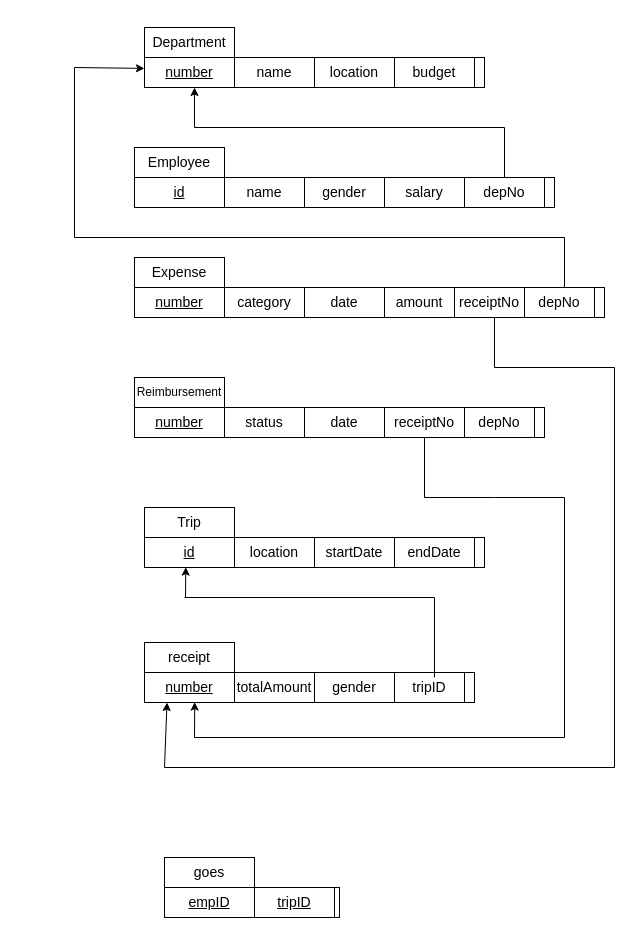
kaanygl/database keeps this draw.io diagram as Başlıksız Diyagram2.drawio. Above is the earlier version. Source tidied: cells renumbered, new cells numbered last; positions are measured from the earlier drawing's top-left corner, leaving out a move shared by most shapes. Both pictures are drawn from the tidied source at 100%, with x=0, y=0 at pixel (74, 27).
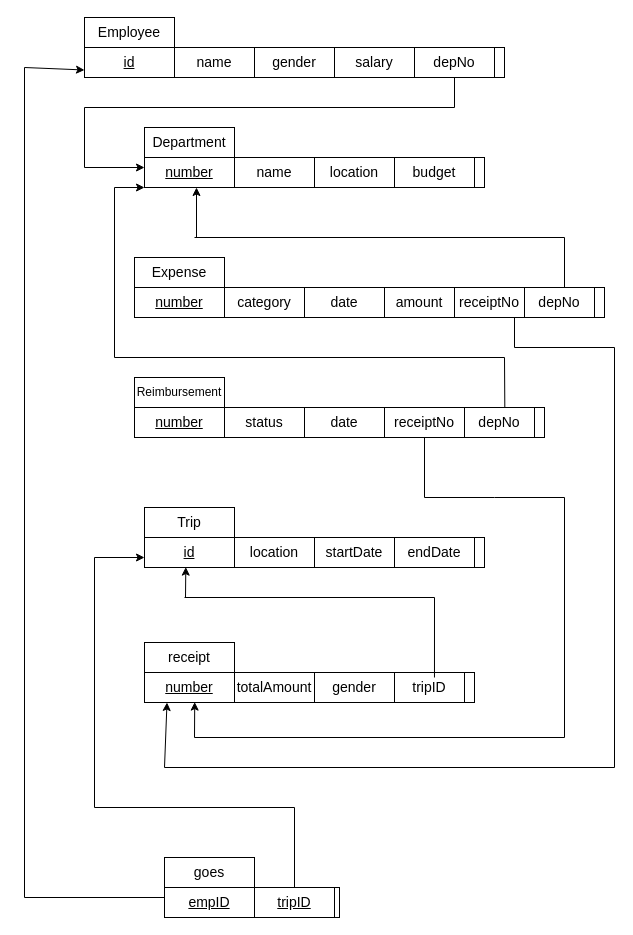
The same diagram, later.

The change refers to these unchanged cells:
```xml
<mxCell id="26" value="&lt;font style=&quot;font-size: 12px;&quot;&gt;Reimbursement&lt;/font&gt;" style="rounded=0;whiteSpace=wrap;html=1;" parent="1" vertex="1">
  <mxGeometry x="60" y="350" width="90" height="30" as="geometry" />
</mxCell>
<mxCell id="28" value="&lt;font size=&quot;1&quot; style=&quot;&quot;&gt;&lt;u style=&quot;font-size: 14px;&quot;&gt;number&lt;/u&gt;&lt;/font&gt;" style="rounded=0;whiteSpace=wrap;html=1;" parent="1" vertex="1">
  <mxGeometry x="60" y="380" width="90" height="30" as="geometry" />
</mxCell>
<mxCell id="41" value="&lt;font style=&quot;font-size: 14px;&quot;&gt;depNo&lt;/font&gt;" style="rounded=0;whiteSpace=wrap;html=1;" parent="1" vertex="1">
  <mxGeometry x="390" y="380" width="70" height="30" as="geometry" />
</mxCell>
<mxCell id="46" value="&lt;font style=&quot;font-size: 14px;&quot;&gt;&lt;u&gt;tripID&lt;/u&gt;&lt;/font&gt;" style="rounded=0;whiteSpace=wrap;html=1;" parent="1" vertex="1">
  <mxGeometry x="180" y="860" width="80" height="30" as="geometry" />
</mxCell>
```

What changed in the source:
```diff
@@
     <mxCell id="2" value="&lt;font style=&quot;font-size: 14px;&quot;&gt;Employee&lt;/font&gt;" style="rounded=0;whiteSpace=wrap;html=1;" parent="1" vertex="1">
-      <mxGeometry x="60" y="120" width="90" height="30" as="geometry" />
+      <mxGeometry x="10" y="-10" width="90" height="30" as="geometry" />
     </mxCell>
     <mxCell id="3" style="rounded=0;whiteSpace=wrap;html=1;" parent="1" vertex="1">
-      <mxGeometry x="60" y="150" width="420" height="30" as="geometry" />
+      <mxGeometry x="10" y="20" width="420" height="30" as="geometry" />
     </mxCell>
     <mxCell id="4" value="&lt;font size=&quot;1&quot; style=&quot;&quot;&gt;&lt;u style=&quot;font-size: 14px;&quot;&gt;id&lt;/u&gt;&lt;/font&gt;" style="rounded=0;whiteSpace=wrap;html=1;" parent="1" vertex="1">
-      <mxGeometry x="60" y="150" width="90" height="30" as="geometry" />
+      <mxGeometry x="10" y="20" width="90" height="30" as="geometry" />
     </mxCell>
     <mxCell id="5" value="&lt;font style=&quot;font-size: 14px;&quot;&gt;name&lt;/font&gt;" style="rounded=0;whiteSpace=wrap;html=1;" parent="1" vertex="1">
-      <mxGeometry x="150" y="150" width="80" height="30" as="geometry" />
+      <mxGeometry x="100" y="20" width="80" height="30" as="geometry" />
     </mxCell>
     <mxCell id="6" value="&lt;font style=&quot;font-size: 14px;&quot;&gt;gender&lt;/font&gt;" style="rounded=0;whiteSpace=wrap;html=1;" parent="1" vertex="1">
-      <mxGeometry x="230" y="150" width="80" height="30" as="geometry" />
+      <mxGeometry x="180" y="20" width="80" height="30" as="geometry" />
     </mxCell>
     <mxCell id="7" value="&lt;font style=&quot;font-size: 14px;&quot;&gt;salary&lt;/font&gt;" style="rounded=0;whiteSpace=wrap;html=1;" parent="1" vertex="1">
-      <mxGeometry x="310" y="150" width="80" height="30" as="geometry" />
+      <mxGeometry x="260" y="20" width="80" height="30" as="geometry" />
     </mxCell>
     <mxCell id="8" value="&lt;font style=&quot;font-size: 14px;&quot;&gt;Department&lt;/font&gt;" style="rounded=0;whiteSpace=wrap;html=1;" parent="1" vertex="1">
-      <mxGeometry x="70" width="90" height="30" as="geometry" />
+      <mxGeometry x="70" y="100" width="90" height="30" as="geometry" />
     </mxCell>
     <mxCell id="9" style="rounded=0;whiteSpace=wrap;html=1;" parent="1" vertex="1">
-      <mxGeometry x="70" y="30" width="340" height="30" as="geometry" />
+      <mxGeometry x="70" y="130" width="340" height="30" as="geometry" />
     </mxCell>
     <mxCell id="10" value="&lt;font size=&quot;1&quot; style=&quot;&quot;&gt;&lt;u style=&quot;font-size: 14px;&quot;&gt;number&lt;/u&gt;&lt;/font&gt;" style="rounded=0;whiteSpace=wrap;html=1;" parent="1" vertex="1">
-      <mxGeometry x="70" y="30" width="90" height="30" as="geometry" />
+      <mxGeometry x="70" y="130" width="90" height="30" as="geometry" />
     </mxCell>
     <mxCell id="11" value="&lt;font style=&quot;font-size: 14px;&quot;&gt;name&lt;/font&gt;" style="rounded=0;whiteSpace=wrap;html=1;" parent="1" vertex="1">
-      <mxGeometry x="160" y="30" width="80" height="30" as="geometry" />
+      <mxGeometry x="160" y="130" width="80" height="30" as="geometry" />
     </mxCell>
     <mxCell id="12" value="&lt;font style=&quot;font-size: 14px;&quot;&gt;location&lt;/font&gt;" style="rounded=0;whiteSpace=wrap;html=1;" parent="1" vertex="1">
-      <mxGeometry x="240" y="30" width="80" height="30" as="geometry" />
+      <mxGeometry x="240" y="130" width="80" height="30" as="geometry" />
     </mxCell>
     <mxCell id="13" value="&lt;font style=&quot;font-size: 14px;&quot;&gt;budget&lt;/font&gt;" style="rounded=0;whiteSpace=wrap;html=1;" parent="1" vertex="1">
-      <mxGeometry x="320" y="30" width="80" height="30" as="geometry" />
+      <mxGeometry x="320" y="130" width="80" height="30" as="geometry" />
     </mxCell>
@@
+    <mxCell id="68" style="edgeStyle=orthogonalEdgeStyle;rounded=0;jettySize=auto;html=1;entryX=1;entryY=0.5;entryDx=0;entryDy=0;" parent="1" edge="1" source="26" target="28">
+      <mxGeometry relative="1" as="geometry" />
+    </mxCell>
@@
     <mxCell id="39" value="&lt;font style=&quot;font-size: 14px;&quot;&gt;depNo&lt;/font&gt;" style="rounded=0;whiteSpace=wrap;html=1;" parent="1" vertex="1">
-      <mxGeometry x="390" y="150" width="80" height="30" as="geometry" />
+      <mxGeometry x="340" y="20" width="80" height="30" as="geometry" />
     </mxCell>
@@
-    <mxCell id="47" style="endArrow=none;html=1;rounded=0;entryX=0.5;entryY=0;entryDx=0;entryDy=0;" parent="1" edge="1" target="39">
-      <mxGeometry relative="1" as="geometry">
-        <mxPoint x="430" y="100" as="sourcePoint" />
-      </mxGeometry>
-    </mxCell>
-    <mxCell id="48" style="endArrow=none;html=1;rounded=0;" parent="1" edge="1">
-      <mxGeometry relative="1" as="geometry">
-        <mxPoint x="120" y="100" as="sourcePoint" />
-        <mxPoint x="430" y="100" as="targetPoint" />
-      </mxGeometry>
-    </mxCell>
-    <mxCell id="49" style="endArrow=classic;html=1;rounded=0;" parent="1" edge="1">
-      <mxGeometry relative="1" as="geometry">
-        <mxPoint x="120" y="100" as="sourcePoint" />
-        <mxPoint x="120" y="60" as="targetPoint" />
-      </mxGeometry>
-    </mxCell>
@@
     <mxCell id="51" style="endArrow=none;html=1;rounded=0;" parent="1" edge="1">
       <mxGeometry relative="1" as="geometry">
-        <mxPoint y="210" as="sourcePoint" />
+        <mxPoint x="120" y="210" as="sourcePoint" />
         <mxPoint x="490" y="210" as="targetPoint" />
       </mxGeometry>
     </mxCell>
-    <mxCell id="52" style="endArrow=none;html=1;rounded=0;" parent="1" edge="1">
-      <mxGeometry relative="1" as="geometry">
-        <mxPoint y="210" as="sourcePoint" />
-        <mxPoint y="40" as="targetPoint" />
-      </mxGeometry>
-    </mxCell>
-    <mxCell id="53" style="endArrow=classic;html=1;rounded=0;entryX=-0.001;entryY=0.364;entryDx=0;entryDy=0;entryPerimeter=0;" parent="1" edge="1" target="10">
-      <mxGeometry relative="1" as="geometry">
-        <mxPoint y="40" as="sourcePoint" />
-      </mxGeometry>
-    </mxCell>
@@
     <mxCell id="63" style="endArrow=none;html=1;rounded=0;" parent="1" edge="1">
       <mxGeometry relative="1" as="geometry">
-        <mxPoint x="420" y="340" as="sourcePoint" />
-        <mxPoint x="420" y="290" as="targetPoint" />
+        <mxPoint x="440" y="320" as="sourcePoint" />
+        <mxPoint x="440" y="290" as="targetPoint" />
       </mxGeometry>
     </mxCell>
     <mxCell id="64" style="endArrow=none;html=1;rounded=0;" parent="1" edge="1">
       <mxGeometry relative="1" as="geometry">
-        <mxPoint x="540" y="340" as="sourcePoint" />
-        <mxPoint x="420" y="340" as="targetPoint" />
+        <mxPoint x="540" y="320" as="sourcePoint" />
+        <mxPoint x="440" y="320" as="targetPoint" />
       </mxGeometry>
     </mxCell>
     <mxCell id="65" style="endArrow=none;html=1;rounded=0;" parent="1" edge="1">
       <mxGeometry relative="1" as="geometry">
         <mxPoint x="540" y="740" as="sourcePoint" />
-        <mxPoint x="540" y="340" as="targetPoint" />
+        <mxPoint x="540" y="320" as="targetPoint" />
       </mxGeometry>
     </mxCell>
@@
+    <mxCell id="69" style="endArrow=none;html=1;rounded=0;entryX=0.5;entryY=1;entryDx=0;entryDy=0;" parent="1" edge="1" target="39">
+      <mxGeometry relative="1" as="geometry">
+        <mxPoint x="380" y="80" as="sourcePoint" />
+      </mxGeometry>
+    </mxCell>
+    <mxCell id="70" style="endArrow=none;html=1;rounded=0;" parent="1" edge="1">
+      <mxGeometry relative="1" as="geometry">
+        <mxPoint x="10" y="80" as="sourcePoint" />
+        <mxPoint x="380" y="80" as="targetPoint" />
+      </mxGeometry>
+    </mxCell>
+    <mxCell id="71" style="endArrow=none;html=1;rounded=0;" parent="1" edge="1">
+      <mxGeometry relative="1" as="geometry">
+        <mxPoint x="10" y="140" as="sourcePoint" />
+        <mxPoint x="10" y="80" as="targetPoint" />
+      </mxGeometry>
+    </mxCell>
+    <mxCell id="72" style="endArrow=classic;html=1;rounded=0;" parent="1" edge="1">
+      <mxGeometry relative="1" as="geometry">
+        <mxPoint x="10" y="140" as="sourcePoint" />
+        <mxPoint x="70" y="140" as="targetPoint" />
+      </mxGeometry>
+    </mxCell>
+    <mxCell id="73" style="endArrow=classic;html=1;rounded=0;" parent="1" edge="1">
+      <mxGeometry relative="1" as="geometry">
+        <mxPoint x="122" y="210" as="sourcePoint" />
+        <mxPoint x="122" y="160" as="targetPoint" />
+      </mxGeometry>
+    </mxCell>
+    <mxCell id="74" style="endArrow=none;html=1;rounded=0;exitX=0.576;exitY=-0.011;exitDx=0;exitDy=0;exitPerimeter=0;" parent="1" edge="1" source="41">
+      <mxGeometry relative="1" as="geometry">
+        <mxPoint x="430" y="330" as="targetPoint" />
+      </mxGeometry>
+    </mxCell>
+    <mxCell id="75" style="endArrow=none;html=1;rounded=0;" parent="1" edge="1">
+      <mxGeometry relative="1" as="geometry">
+        <mxPoint x="40" y="330" as="sourcePoint" />
+        <mxPoint x="430" y="330" as="targetPoint" />
+      </mxGeometry>
+    </mxCell>
+    <mxCell id="76" style="endArrow=none;html=1;rounded=0;" parent="1" edge="1">
+      <mxGeometry relative="1" as="geometry">
+        <mxPoint x="40" y="160" as="sourcePoint" />
+        <mxPoint x="40" y="330" as="targetPoint" />
+      </mxGeometry>
+    </mxCell>
+    <mxCell id="77" style="endArrow=classic;html=1;rounded=0;entryX=0;entryY=1;entryDx=0;entryDy=0;" parent="1" edge="1" target="10">
+      <mxGeometry relative="1" as="geometry">
+        <mxPoint x="40" y="160" as="sourcePoint" />
+      </mxGeometry>
+    </mxCell>
+    <mxCell id="78" style="endArrow=none;html=1;rounded=0;exitX=0.5;exitY=0;exitDx=0;exitDy=0;" parent="1" edge="1" source="46">
+      <mxGeometry relative="1" as="geometry">
+        <mxPoint x="220" y="780" as="targetPoint" />
+      </mxGeometry>
+    </mxCell>
+    <mxCell id="79" style="endArrow=none;html=1;rounded=0;" parent="1" edge="1">
+      <mxGeometry relative="1" as="geometry">
+        <mxPoint x="220" y="780" as="sourcePoint" />
+        <mxPoint x="20" y="780" as="targetPoint" />
+      </mxGeometry>
+    </mxCell>
+    <mxCell id="80" style="endArrow=none;html=1;rounded=0;" parent="1" edge="1">
+      <mxGeometry relative="1" as="geometry">
+        <mxPoint x="20" y="780" as="sourcePoint" />
+        <mxPoint x="20" y="530" as="targetPoint" />
+      </mxGeometry>
+    </mxCell>
+    <mxCell id="81" style="endArrow=classic;html=1;rounded=0;" parent="1" edge="1">
+      <mxGeometry relative="1" as="geometry">
+        <mxPoint x="20" y="530" as="sourcePoint" />
+        <mxPoint x="70" y="530" as="targetPoint" />
+      </mxGeometry>
+    </mxCell>
+    <mxCell id="82" style="endArrow=none;html=1;rounded=0;" parent="1" edge="1">
+      <mxGeometry relative="1" as="geometry">
+        <mxPoint x="90" y="870" as="sourcePoint" />
+        <mxPoint x="-50" y="870" as="targetPoint" />
+      </mxGeometry>
+    </mxCell>
+    <mxCell id="83" style="endArrow=none;html=1;rounded=0;" parent="1" edge="1">
+      <mxGeometry relative="1" as="geometry">
+        <mxPoint x="-50" y="870" as="sourcePoint" />
+        <mxPoint x="-50" y="40" as="targetPoint" />
+      </mxGeometry>
+    </mxCell>
+    <mxCell id="84" style="endArrow=classic;html=1;rounded=0;entryX=0;entryY=0.75;entryDx=0;entryDy=0;" parent="1" edge="1" target="4">
+      <mxGeometry relative="1" as="geometry">
+        <mxPoint x="-50" y="40" as="sourcePoint" />
+      </mxGeometry>
+    </mxCell>
```
